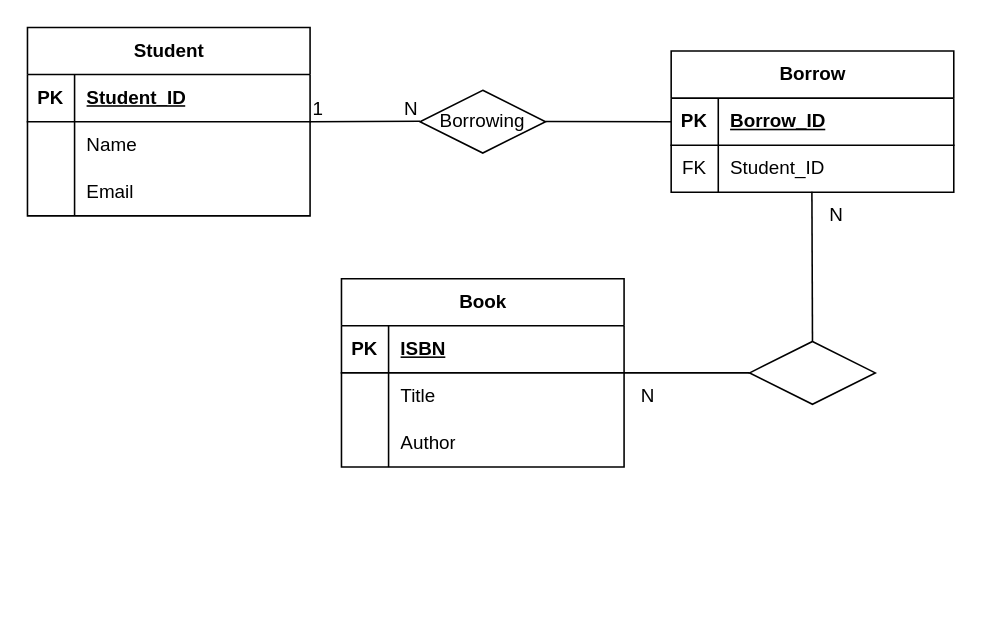
The draw.io diagram Untitled Diagram.drawio in c201035-shahin/ERD, before the edit. Source tidied: cells renumbered, new cells numbered last; positions are measured from the earlier drawing's top-left corner, leaving out a move shared by most shapes. Both pictures are drawn from the tidied source at 157%, with x=0, y=0 at pixel (27, 27).
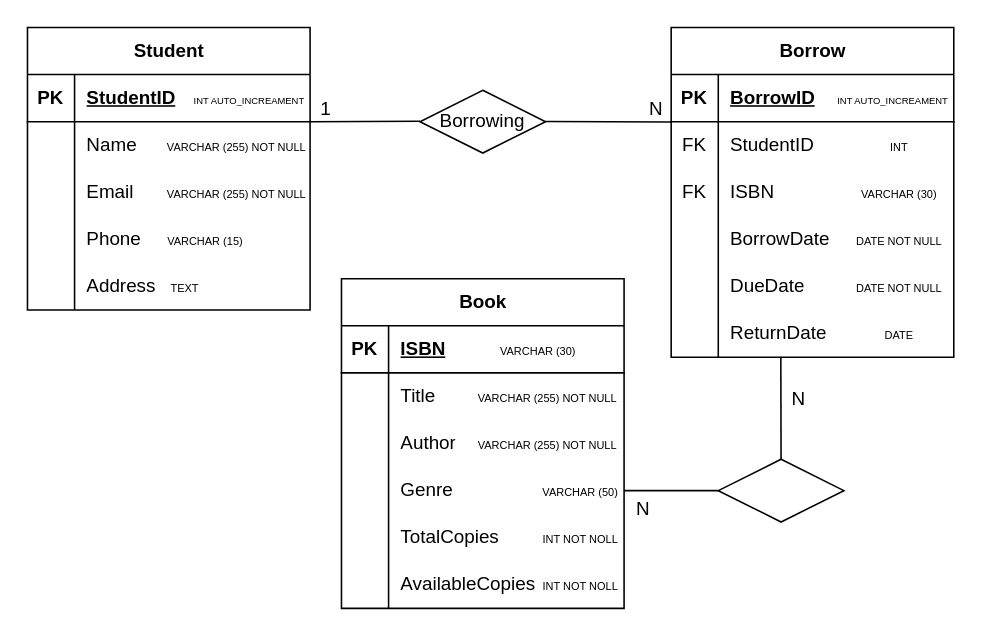
After the change.

The change refers to these unchanged cells:
```xml
<mxCell id="3" style="shape=tableRow;horizontal=0;startSize=0;swimlaneHead=0;swimlaneBody=0;fillColor=none;top=0;left=0;right=0;bottom=1;" parent="2" vertex="1">
  <mxGeometry y="30" width="180" height="30" as="geometry" />
</mxCell>
<mxCell id="14" style="shape=tableRow;horizontal=0;startSize=0;swimlaneHead=0;swimlaneBody=0;fillColor=none;points=[[0,0.5],[1,0.5]];portConstraint=eastwest;top=0;left=0;right=0;bottom=1;" parent="13" vertex="1">
  <mxGeometry y="30" width="180" height="30" as="geometry" />
</mxCell>
<mxCell id="17" style="shape=tableRow;horizontal=0;startSize=0;swimlaneHead=0;swimlaneBody=0;fillColor=none;points=[[0,0.5],[1,0.5]];portConstraint=eastwest;top=0;left=0;right=0;bottom=0;" parent="13" vertex="1">
  <mxGeometry y="60" width="180" height="30" as="geometry" />
</mxCell>
<mxCell id="20" style="endArrow=none;html=1;rounded=0;" parent="1" edge="1">
  <mxGeometry relative="1" as="geometry">
    <mxPoint x="180" y="60" as="sourcePoint" />
    <mxPoint x="250" y="59.7" as="targetPoint" />
  </mxGeometry>
</mxCell>
```

What changed in the source:
```diff
@@
     <mxCell id="2" value="Student" style="shape=table;startSize=30;childLayout=tableLayout;rowLines=0;fontStyle=1;align=center;html=1;" parent="1" vertex="1">
-      <mxGeometry width="180" height="120" as="geometry" />
+      <mxGeometry width="180" height="180" as="geometry" />
     </mxCell>
@@
-    <mxCell id="5" value="Student_ID" style="shape=partialRectangle;fillColor=none;top=0;left=0;bottom=0;right=0;align=left;spacingLeft=6;fontStyle=5;overflow=hidden;whiteSpace=wrap;html=1;" parent="3" vertex="1">
+    <mxCell id="5" value="StudentID" style="shape=partialRectangle;fillColor=none;top=0;left=0;bottom=0;right=0;align=left;spacingLeft=6;fontStyle=5;overflow=hidden;whiteSpace=wrap;html=1;" parent="3" vertex="1">
       <mxGeometry x="30" width="150" height="30" as="geometry" />
     </mxCell>
@@
+    <mxCell id="39" style="shape=tableRow;horizontal=0;startSize=0;swimlaneHead=0;swimlaneBody=0;fillColor=none;top=0;left=0;right=0;bottom=0;" parent="2" vertex="1">
+      <mxGeometry y="120" width="180" height="30" as="geometry" />
+    </mxCell>
+    <mxCell id="40" style="shape=partialRectangle;fillColor=none;top=0;left=0;bottom=0;right=0;overflow=hidden;whiteSpace=wrap;html=1;" parent="39" vertex="1">
+      <mxGeometry width="30" height="30" as="geometry" />
+    </mxCell>
+    <mxCell id="41" value="Phone" style="shape=partialRectangle;fillColor=none;top=0;left=0;bottom=0;right=0;align=left;spacingLeft=6;overflow=hidden;whiteSpace=wrap;html=1;" parent="39" vertex="1">
+      <mxGeometry x="30" width="150" height="30" as="geometry" />
+    </mxCell>
+    <mxCell id="42" style="shape=tableRow;horizontal=0;startSize=0;swimlaneHead=0;swimlaneBody=0;fillColor=none;top=0;left=0;right=0;bottom=0;" parent="2" vertex="1">
+      <mxGeometry y="150" width="180" height="30" as="geometry" />
+    </mxCell>
+    <mxCell id="43" style="shape=partialRectangle;fillColor=none;top=0;left=0;bottom=0;right=0;overflow=hidden;whiteSpace=wrap;html=1;" parent="42" vertex="1">
+      <mxGeometry width="30" height="30" as="geometry" />
+    </mxCell>
+    <mxCell id="44" value="Address" style="shape=partialRectangle;fillColor=none;top=0;left=0;bottom=0;right=0;align=left;spacingLeft=6;overflow=hidden;whiteSpace=wrap;html=1;" parent="42" vertex="1">
+      <mxGeometry x="30" width="150" height="30" as="geometry" />
+    </mxCell>
@@
     <mxCell id="13" value="Borrow" style="shape=table;startSize=30;childLayout=tableLayout;rowLines=0;fontStyle=1;align=center;html=1;" parent="1" vertex="1">
-      <mxGeometry x="410" y="15" width="180" height="90" as="geometry" />
+      <mxGeometry x="410" width="180" height="210" as="geometry" />
     </mxCell>
@@
-    <mxCell id="16" value="Borrow_ID" style="shape=partialRectangle;fillColor=none;top=0;left=0;bottom=0;right=0;align=left;spacingLeft=6;fontStyle=5;overflow=hidden;whiteSpace=wrap;html=1;" parent="14" vertex="1">
+    <mxCell id="16" value="BorrowID" style="shape=partialRectangle;fillColor=none;top=0;left=0;bottom=0;right=0;align=left;spacingLeft=6;fontStyle=5;overflow=hidden;whiteSpace=wrap;html=1;" parent="14" vertex="1">
       <mxGeometry x="30" width="150" height="30" as="geometry" />
     </mxCell>
@@
-    <mxCell id="19" value="Student_ID" style="shape=partialRectangle;fillColor=none;top=0;left=0;bottom=0;right=0;align=left;spacingLeft=6;overflow=hidden;whiteSpace=wrap;html=1;" parent="17" vertex="1">
+    <mxCell id="19" value="StudentID" style="shape=partialRectangle;fillColor=none;top=0;left=0;bottom=0;right=0;align=left;spacingLeft=6;overflow=hidden;whiteSpace=wrap;html=1;" parent="17" vertex="1">
       <mxGeometry x="30" width="150" height="30" as="geometry" />
     </mxCell>
+    <mxCell id="45" style="shape=tableRow;horizontal=0;startSize=0;swimlaneHead=0;swimlaneBody=0;fillColor=none;top=0;left=0;right=0;bottom=0;" parent="13" vertex="1">
+      <mxGeometry y="90" width="180" height="30" as="geometry" />
+    </mxCell>
+    <mxCell id="46" value="FK" style="shape=partialRectangle;fillColor=none;top=0;left=0;bottom=0;right=0;overflow=hidden;whiteSpace=wrap;html=1;" parent="45" vertex="1">
+      <mxGeometry width="30" height="30" as="geometry" />
+    </mxCell>
+    <mxCell id="47" value="ISBN" style="shape=partialRectangle;fillColor=none;top=0;left=0;bottom=0;right=0;align=left;spacingLeft=6;overflow=hidden;whiteSpace=wrap;html=1;" parent="45" vertex="1">
+      <mxGeometry x="30" width="150" height="30" as="geometry" />
+    </mxCell>
+    <mxCell id="48" style="shape=tableRow;horizontal=0;startSize=0;swimlaneHead=0;swimlaneBody=0;fillColor=none;top=0;left=0;right=0;bottom=0;" parent="13" vertex="1">
+      <mxGeometry y="120" width="180" height="30" as="geometry" />
+    </mxCell>
+    <mxCell id="49" style="shape=partialRectangle;fillColor=none;top=0;left=0;bottom=0;right=0;overflow=hidden;whiteSpace=wrap;html=1;" parent="48" vertex="1">
+      <mxGeometry width="30" height="30" as="geometry" />
+    </mxCell>
+    <mxCell id="50" value="BorrowDate" style="shape=partialRectangle;fillColor=none;top=0;left=0;bottom=0;right=0;align=left;spacingLeft=6;overflow=hidden;whiteSpace=wrap;html=1;" parent="48" vertex="1">
+      <mxGeometry x="30" width="150" height="30" as="geometry" />
+    </mxCell>
+    <mxCell id="51" style="shape=tableRow;horizontal=0;startSize=0;swimlaneHead=0;swimlaneBody=0;fillColor=none;top=0;left=0;right=0;bottom=0;" parent="13" vertex="1">
+      <mxGeometry y="150" width="180" height="30" as="geometry" />
+    </mxCell>
+    <mxCell id="52" style="shape=partialRectangle;fillColor=none;top=0;left=0;bottom=0;right=0;overflow=hidden;whiteSpace=wrap;html=1;" parent="51" vertex="1">
+      <mxGeometry width="30" height="30" as="geometry" />
+    </mxCell>
+    <mxCell id="53" value="DueDate" style="shape=partialRectangle;fillColor=none;top=0;left=0;bottom=0;right=0;align=left;spacingLeft=6;overflow=hidden;whiteSpace=wrap;html=1;" parent="51" vertex="1">
+      <mxGeometry x="30" width="150" height="30" as="geometry" />
+    </mxCell>
+    <mxCell id="54" style="shape=tableRow;horizontal=0;startSize=0;swimlaneHead=0;swimlaneBody=0;fillColor=none;points=[[0,0.5],[1,0.5]];portConstraint=eastwest;top=0;left=0;right=0;bottom=0;" parent="13" vertex="1">
+      <mxGeometry y="180" width="180" height="30" as="geometry" />
+    </mxCell>
+    <mxCell id="55" style="shape=partialRectangle;fillColor=none;top=0;left=0;bottom=0;right=0;overflow=hidden;whiteSpace=wrap;html=1;" parent="54" vertex="1">
+      <mxGeometry width="30" height="30" as="geometry" />
+    </mxCell>
+    <mxCell id="56" value="ReturnDate" style="shape=partialRectangle;fillColor=none;top=0;left=0;bottom=0;right=0;align=left;spacingLeft=6;overflow=hidden;whiteSpace=wrap;html=1;" parent="54" vertex="1">
+      <mxGeometry x="30" width="150" height="30" as="geometry" />
+    </mxCell>
@@
     <mxCell id="21" value="1" style="html=1;whiteSpace=wrap;align=left;verticalAlign=bottom;" parent="20" vertex="1">
-      <mxGeometry x="-1" relative="1" as="geometry" />
+      <mxGeometry x="-1" relative="1" as="geometry">
+        <mxPoint x="5" as="offset" />
+      </mxGeometry>
     </mxCell>
     <mxCell id="22" value="N" style="html=1;whiteSpace=wrap;align=right;verticalAlign=bottom;" parent="20" vertex="1">
-      <mxGeometry x="1" relative="1" as="geometry" />
+      <mxGeometry x="1" relative="1" as="geometry">
+        <mxPoint x="156" as="offset" />
+      </mxGeometry>
     </mxCell>
-    <mxCell id="23" style="endArrow=none;html=1;rounded=0;entryX=0;entryY=0.5;entryDx=0;entryDy=0;" parent="1" edge="1" target="14">
+    <mxCell id="23" style="endArrow=none;html=1;rounded=0;entryX=0;entryY=0.007;entryDx=0;entryDy=0;entryPerimeter=0;" parent="1" edge="1" target="17">
       <mxGeometry relative="1" as="geometry">
         <mxPoint x="330" y="59.9" as="sourcePoint" />
       </mxGeometry>
     </mxCell>
-    <mxCell id="24" style="shape=rhombus;perimeter=rhombusPerimeter;whiteSpace=wrap;html=1;align=center;" parent="1" vertex="1">
-      <mxGeometry x="460" y="200" width="80" height="40" as="geometry" />
+    <mxCell id="24" style="shape=rhombus;perimeter=rhombusPerimeter;whiteSpace=wrap;html=1;align=center;rounded=0;shadow=0;" parent="1" vertex="1">
+      <mxGeometry x="440" y="275" width="80" height="40" as="geometry" />
     </mxCell>
     <mxCell id="25" value="Book" style="shape=table;startSize=30;childLayout=tableLayout;rowLines=0;fontStyle=1;align=center;html=1;" parent="1" vertex="1">
-      <mxGeometry x="200" y="160" width="180" height="120" as="geometry" />
+      <mxGeometry x="200" y="160" width="180" height="210" as="geometry" />
     </mxCell>
@@
+    <mxCell id="57" style="shape=tableRow;horizontal=0;startSize=0;swimlaneHead=0;swimlaneBody=0;fillColor=none;points=[[0,0.5],[1,0.5]];portConstraint=eastwest;top=0;left=0;right=0;bottom=0;" parent="25" vertex="1">
+      <mxGeometry y="120" width="180" height="30" as="geometry" />
+    </mxCell>
+    <mxCell id="58" style="shape=partialRectangle;fillColor=none;top=0;left=0;bottom=0;right=0;overflow=hidden;whiteSpace=wrap;html=1;" parent="57" vertex="1">
+      <mxGeometry width="30" height="30" as="geometry" />
+    </mxCell>
+    <mxCell id="59" value="Genre" style="shape=partialRectangle;fillColor=none;top=0;left=0;bottom=0;right=0;align=left;spacingLeft=6;overflow=hidden;whiteSpace=wrap;html=1;" parent="57" vertex="1">
+      <mxGeometry x="30" width="150" height="30" as="geometry" />
+    </mxCell>
+    <mxCell id="60" style="shape=tableRow;horizontal=0;startSize=0;swimlaneHead=0;swimlaneBody=0;fillColor=none;top=0;left=0;right=0;bottom=0;" parent="25" vertex="1">
+      <mxGeometry y="150" width="180" height="30" as="geometry" />
+    </mxCell>
+    <mxCell id="61" style="shape=partialRectangle;fillColor=none;top=0;left=0;bottom=0;right=0;overflow=hidden;whiteSpace=wrap;html=1;" parent="60" vertex="1">
+      <mxGeometry width="30" height="30" as="geometry" />
+    </mxCell>
+    <mxCell id="62" value="TotalCopies" style="shape=partialRectangle;fillColor=none;top=0;left=0;bottom=0;right=0;align=left;spacingLeft=6;overflow=hidden;whiteSpace=wrap;html=1;" parent="60" vertex="1">
+      <mxGeometry x="30" width="150" height="30" as="geometry" />
+    </mxCell>
+    <mxCell id="63" style="shape=tableRow;horizontal=0;startSize=0;swimlaneHead=0;swimlaneBody=0;fillColor=none;top=0;left=0;right=0;bottom=0;" parent="25" vertex="1">
+      <mxGeometry y="180" width="180" height="30" as="geometry" />
+    </mxCell>
+    <mxCell id="64" style="shape=partialRectangle;fillColor=none;top=0;left=0;bottom=0;right=0;overflow=hidden;whiteSpace=wrap;html=1;" parent="63" vertex="1">
+      <mxGeometry width="30" height="30" as="geometry" />
+    </mxCell>
+    <mxCell id="65" value="AvailableCopies" style="shape=partialRectangle;fillColor=none;top=0;left=0;bottom=0;right=0;align=left;spacingLeft=6;overflow=hidden;whiteSpace=wrap;html=1;" parent="63" vertex="1">
+      <mxGeometry x="30" width="150" height="30" as="geometry" />
+    </mxCell>
-    <mxCell id="35" style="endArrow=none;html=1;rounded=0;entryX=0;entryY=0.5;entryDx=0;entryDy=0;" parent="1" edge="1" target="24">
-      <mxGeometry relative="1" as="geometry">
-        <mxPoint x="380" y="220" as="sourcePoint" />
-      </mxGeometry>
+    <mxCell id="35" style="endArrow=none;html=1;rounded=0;entryX=0;entryY=0.5;entryDx=0;entryDy=0;exitX=1;exitY=0.5;exitDx=0;exitDy=0;" parent="1" edge="1" source="57" target="24">
+      <mxGeometry relative="1" as="geometry" />
     </mxCell>
-    <mxCell id="36" style="endArrow=none;html=1;rounded=1;exitX=0.498;exitY=0.989;exitDx=0;exitDy=0;exitPerimeter=0;entryX=0.5;entryY=0;entryDx=0;entryDy=0;" parent="1" edge="1" source="17" target="24">
-      <mxGeometry relative="1" as="geometry" />
-    </mxCell>
     <mxCell id="37" value="N" style="text;html=1;align=center;verticalAlign=middle;strokeColor=none;fillColor=none;" parent="1" vertex="1">
-      <mxGeometry x="500" y="105" width="30" height="30" as="geometry" />
+      <mxGeometry x="476" y="222" width="30" height="30" as="geometry" />
     </mxCell>
     <mxCell id="38" value="N" style="text;html=1;align=center;verticalAlign=middle;strokeColor=none;fillColor=none;" parent="1" vertex="1">
-      <mxGeometry x="380" y="220" width="30" height="30" as="geometry" />
+      <mxGeometry x="377" y="292" width="30" height="30" as="geometry" />
     </mxCell>
+    <mxCell id="66" value="&lt;font style=&quot;font-size: 6px;&quot;&gt;INT AUTO_INCREAMENT&lt;/font&gt;&lt;span id=&quot;docs-internal-guid-874954c5-7fff-0630-4969-f4d9ea3c387d&quot;&gt;&lt;/span&gt;" style="text;html=1;align=center;verticalAlign=middle;strokeColor=none;fillColor=none;" parent="1" vertex="1">
+      <mxGeometry x="96" y="30" width="90" height="30" as="geometry" />
+    </mxCell>
+    <mxCell id="67" value="&lt;font style=&quot;font-size: 7px;&quot;&gt;VARCHAR (255) NOT NULL&lt;/font&gt;&lt;span id=&quot;docs-internal-guid-874954c5-7fff-0630-4969-f4d9ea3c387d&quot;&gt;&lt;/span&gt;" style="text;html=1;align=center;verticalAlign=middle;strokeColor=none;fillColor=none;" parent="1" vertex="1">
+      <mxGeometry x="78" y="60" width="110" height="30" as="geometry" />
+    </mxCell>
+    <mxCell id="68" value="&lt;font style=&quot;font-size: 7px;&quot;&gt;VARCHAR (255) NOT NULL&lt;/font&gt;&lt;span id=&quot;docs-internal-guid-874954c5-7fff-0630-4969-f4d9ea3c387d&quot;&gt;&lt;/span&gt;" style="text;html=1;align=center;verticalAlign=middle;strokeColor=none;fillColor=none;" parent="1" vertex="1">
+      <mxGeometry x="78" y="90" width="110" height="30" as="geometry" />
+    </mxCell>
+    <mxCell id="69" value="&lt;font style=&quot;font-size: 7px;&quot;&gt;VARCHAR (15)&lt;/font&gt;&lt;span id=&quot;docs-internal-guid-874954c5-7fff-0630-4969-f4d9ea3c387d&quot;&gt;&lt;/span&gt;" style="text;html=1;align=center;verticalAlign=middle;strokeColor=none;fillColor=none;" parent="1" vertex="1">
+      <mxGeometry x="78" y="120" width="70" height="30" as="geometry" />
+    </mxCell>
+    <mxCell id="70" value="&lt;font style=&quot;font-size: 7px;&quot;&gt;TEXT&lt;/font&gt;&lt;span id=&quot;docs-internal-guid-874954c5-7fff-0630-4969-f4d9ea3c387d&quot;&gt;&lt;/span&gt;" style="text;html=1;align=center;verticalAlign=middle;strokeColor=none;fillColor=none;" parent="1" vertex="1">
+      <mxGeometry x="80" y="150" width="40" height="30" as="geometry" />
+    </mxCell>
+    <mxCell id="71" value="&lt;font style=&quot;font-size: 6px;&quot;&gt;INT AUTO_INCREAMENT&lt;/font&gt;&lt;span id=&quot;docs-internal-guid-874954c5-7fff-0630-4969-f4d9ea3c387d&quot;&gt;&lt;/span&gt;" style="text;html=1;align=center;verticalAlign=middle;strokeColor=none;fillColor=none;" parent="1" vertex="1">
+      <mxGeometry x="506" y="30" width="90" height="30" as="geometry" />
+    </mxCell>
+    <mxCell id="72" value="&lt;font style=&quot;font-size: 7px;&quot;&gt;VARCHAR (30)&lt;/font&gt;&lt;span id=&quot;docs-internal-guid-874954c5-7fff-0630-4969-f4d9ea3c387d&quot;&gt;&lt;/span&gt;" style="text;html=1;align=center;verticalAlign=middle;strokeColor=none;fillColor=none;" parent="1" vertex="1">
+      <mxGeometry x="290" y="190" width="70" height="30" as="geometry" />
+    </mxCell>
+    <mxCell id="73" value="&lt;font style=&quot;font-size: 7px;&quot;&gt;VARCHAR (255) NOT NULL&lt;/font&gt;&lt;span id=&quot;docs-internal-guid-874954c5-7fff-0630-4969-f4d9ea3c387d&quot;&gt;&lt;/span&gt;" style="text;html=1;align=center;verticalAlign=middle;strokeColor=none;fillColor=none;" parent="1" vertex="1">
+      <mxGeometry x="276" y="220" width="110" height="30" as="geometry" />
+    </mxCell>
+    <mxCell id="74" value="&lt;font style=&quot;font-size: 7px;&quot;&gt;VARCHAR (255) NOT NULL&lt;/font&gt;&lt;span id=&quot;docs-internal-guid-874954c5-7fff-0630-4969-f4d9ea3c387d&quot;&gt;&lt;/span&gt;" style="text;html=1;align=center;verticalAlign=middle;strokeColor=none;fillColor=none;" parent="1" vertex="1">
+      <mxGeometry x="276" y="250" width="110" height="30" as="geometry" />
+    </mxCell>
+    <mxCell id="75" value="&lt;font style=&quot;font-size: 7px;&quot;&gt;VARCHAR (50)&lt;/font&gt;&lt;span id=&quot;docs-internal-guid-874954c5-7fff-0630-4969-f4d9ea3c387d&quot;&gt;&lt;/span&gt;" style="text;html=1;align=center;verticalAlign=middle;strokeColor=none;fillColor=none;" parent="1" vertex="1">
+      <mxGeometry x="317" y="280" width="70" height="30" as="geometry" />
+    </mxCell>
+    <mxCell id="76" value="&lt;font style=&quot;font-size: 7px;&quot;&gt;INT NOT NOLL&lt;/font&gt;&lt;span id=&quot;docs-internal-guid-874954c5-7fff-0630-4969-f4d9ea3c387d&quot;&gt;&lt;/span&gt;" style="text;html=1;align=center;verticalAlign=middle;strokeColor=none;fillColor=none;" parent="1" vertex="1">
+      <mxGeometry x="317" y="310" width="70" height="30" as="geometry" />
+    </mxCell>
+    <mxCell id="77" value="&lt;font style=&quot;font-size: 7px;&quot;&gt;INT NOT NOLL&lt;/font&gt;&lt;span id=&quot;docs-internal-guid-874954c5-7fff-0630-4969-f4d9ea3c387d&quot;&gt;&lt;/span&gt;" style="text;html=1;align=center;verticalAlign=middle;strokeColor=none;fillColor=none;" parent="1" vertex="1">
+      <mxGeometry x="317" y="340" width="70" height="30" as="geometry" />
+    </mxCell>
+    <mxCell id="78" value="&lt;font style=&quot;font-size: 7px;&quot;&gt;VARCHAR (30)&lt;/font&gt;&lt;span id=&quot;docs-internal-guid-874954c5-7fff-0630-4969-f4d9ea3c387d&quot;&gt;&lt;/span&gt;" style="text;html=1;align=center;verticalAlign=middle;strokeColor=none;fillColor=none;" parent="1" vertex="1">
+      <mxGeometry x="520" y="90" width="70" height="30" as="geometry" />
+    </mxCell>
+    <mxCell id="79" value="&lt;font style=&quot;font-size: 7px;&quot;&gt;INT&lt;/font&gt;&lt;span id=&quot;docs-internal-guid-874954c5-7fff-0630-4969-f4d9ea3c387d&quot;&gt;&lt;/span&gt;" style="text;html=1;align=center;verticalAlign=middle;strokeColor=none;fillColor=none;" parent="1" vertex="1">
+      <mxGeometry x="540" y="60" width="30" height="30" as="geometry" />
+    </mxCell>
+    <mxCell id="80" value="&lt;font style=&quot;font-size: 7px;&quot;&gt;DATE NOT NULL&lt;/font&gt;&lt;span id=&quot;docs-internal-guid-874954c5-7fff-0630-4969-f4d9ea3c387d&quot;&gt;&lt;/span&gt;" style="text;html=1;align=center;verticalAlign=middle;strokeColor=none;fillColor=none;" parent="1" vertex="1">
+      <mxGeometry x="515" y="120" width="80" height="30" as="geometry" />
+    </mxCell>
+    <mxCell id="81" value="&lt;font style=&quot;font-size: 7px;&quot;&gt;DATE NOT NULL&lt;/font&gt;&lt;span id=&quot;docs-internal-guid-874954c5-7fff-0630-4969-f4d9ea3c387d&quot;&gt;&lt;/span&gt;" style="text;html=1;align=center;verticalAlign=middle;strokeColor=none;fillColor=none;" parent="1" vertex="1">
+      <mxGeometry x="515" y="150" width="80" height="30" as="geometry" />
+    </mxCell>
+    <mxCell id="82" value="&lt;font style=&quot;font-size: 7px;&quot;&gt;DATE&lt;/font&gt;&lt;span id=&quot;docs-internal-guid-874954c5-7fff-0630-4969-f4d9ea3c387d&quot;&gt;&lt;/span&gt;" style="text;html=1;align=center;verticalAlign=middle;strokeColor=none;fillColor=none;" parent="1" vertex="1">
+      <mxGeometry x="535" y="180" width="40" height="30" as="geometry" />
+    </mxCell>
+    <mxCell id="83" style="endArrow=none;html=1;rounded=0;exitX=0.388;exitY=0.993;exitDx=0;exitDy=0;exitPerimeter=0;entryX=0.5;entryY=0;entryDx=0;entryDy=0;" parent="1" edge="1" source="54" target="24">
+      <mxGeometry relative="1" as="geometry" />
+    </mxCell>
```
